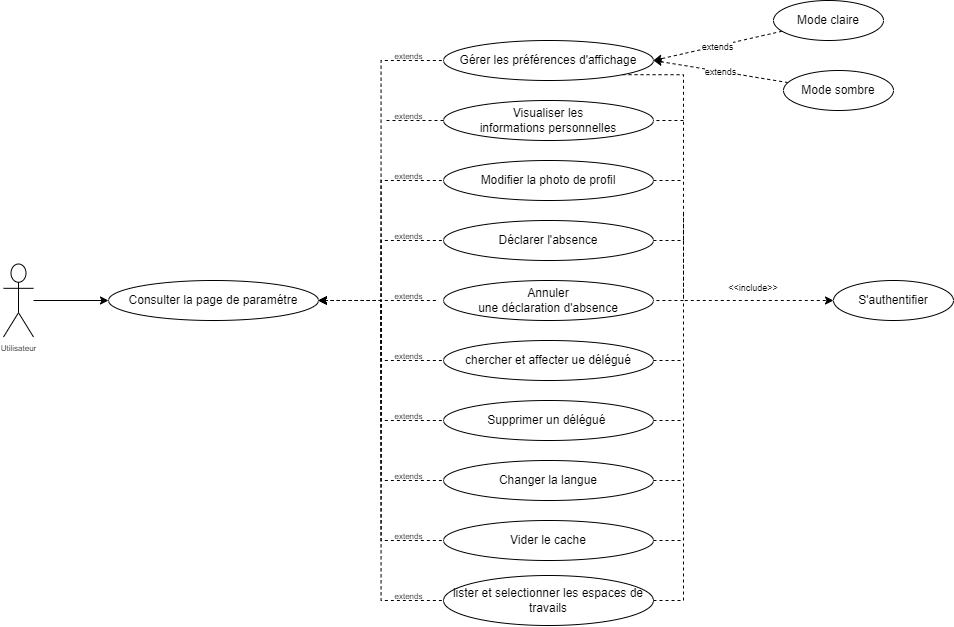
Before: images_pfe/use_case_sprint_6.png, a diagram exported from draw.io (PFE-Neoledge-2023/rapport). Source tidied: cells renumbered, new cells last; positions are measured from the earlier drawing's top-left corner, leaving out a move shared by most shapes.
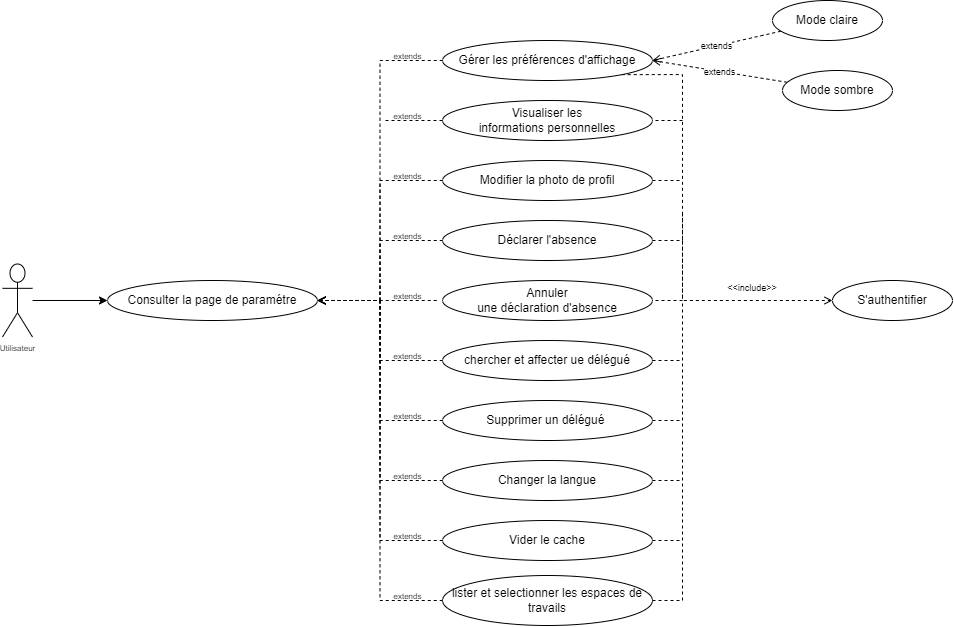
After the commit.

What changed in the source:
```diff
@@ -2,53 +2,53 @@
   <root>
     <mxCell id="0" />
     <mxCell id="1" parent="0" />
-    <mxCell id="2" style="edgeStyle=orthogonalEdgeStyle;html=1;entryX=0;entryY=0.5;entryDx=0;entryDy=0;rounded=0;dashed=1;startArrow=classic;startFill=1;endArrow=none;endFill=0;" parent="1" edge="1" target="12">
+    <mxCell id="2" style="edgeStyle=orthogonalEdgeStyle;html=1;entryX=0;entryY=0.5;entryDx=0;entryDy=0;rounded=0;dashed=1;startArrow=open;startFill=0;endArrow=none;endFill=0;" parent="1" edge="1" target="12">
       <mxGeometry relative="1" as="geometry">
         <mxPoint x="315" y="300" as="sourcePoint" />
       </mxGeometry>
     </mxCell>
-    <mxCell id="3" style="edgeStyle=orthogonalEdgeStyle;html=1;entryX=0;entryY=0.5;entryDx=0;entryDy=0;rounded=0;dashed=1;startArrow=classic;startFill=1;endArrow=none;endFill=0;" parent="1" edge="1" target="21">
+    <mxCell id="3" style="edgeStyle=orthogonalEdgeStyle;html=1;entryX=0;entryY=0.5;entryDx=0;entryDy=0;rounded=0;dashed=1;startArrow=open;startFill=0;endArrow=none;endFill=0;" parent="1" edge="1" target="21">
       <mxGeometry relative="1" as="geometry">
         <mxPoint x="315" y="300" as="sourcePoint" />
       </mxGeometry>
     </mxCell>
-    <mxCell id="4" style="edgeStyle=orthogonalEdgeStyle;html=1;entryX=0;entryY=0.5;entryDx=0;entryDy=0;rounded=0;dashed=1;startArrow=classic;startFill=1;endArrow=none;endFill=0;" parent="1" edge="1" target="23">
+    <mxCell id="4" style="edgeStyle=orthogonalEdgeStyle;html=1;entryX=0;entryY=0.5;entryDx=0;entryDy=0;rounded=0;dashed=1;startArrow=open;startFill=0;endArrow=none;endFill=0;" parent="1" edge="1" target="23">
       <mxGeometry relative="1" as="geometry">
         <mxPoint x="315" y="300" as="sourcePoint" />
       </mxGeometry>
     </mxCell>
-    <mxCell id="5" style="edgeStyle=orthogonalEdgeStyle;html=1;entryX=0;entryY=0.5;entryDx=0;entryDy=0;rounded=0;dashed=1;startArrow=classic;startFill=1;endArrow=none;endFill=0;" parent="1" edge="1">
+    <mxCell id="5" style="edgeStyle=orthogonalEdgeStyle;html=1;entryX=0;entryY=0.5;entryDx=0;entryDy=0;rounded=0;dashed=1;startArrow=open;startFill=0;endArrow=none;endFill=0;" parent="1" edge="1">
       <mxGeometry relative="1" as="geometry">
         <mxPoint x="315" y="300" as="sourcePoint" />
         <mxPoint x="435" y="300" as="targetPoint" />
       </mxGeometry>
     </mxCell>
-    <mxCell id="6" style="edgeStyle=orthogonalEdgeStyle;html=1;entryX=0;entryY=0.5;entryDx=0;entryDy=0;rounded=0;dashed=1;startArrow=classic;startFill=1;endArrow=none;endFill=0;" parent="1" edge="1" target="26">
+    <mxCell id="6" style="edgeStyle=orthogonalEdgeStyle;html=1;entryX=0;entryY=0.5;entryDx=0;entryDy=0;rounded=0;dashed=1;startArrow=open;startFill=0;endArrow=none;endFill=0;" parent="1" edge="1" target="26">
       <mxGeometry relative="1" as="geometry">
         <mxPoint x="315" y="300" as="sourcePoint" />
       </mxGeometry>
     </mxCell>
-    <mxCell id="7" style="rounded=0;html=1;entryX=0;entryY=0.5;entryDx=0;entryDy=0;fontSize=9;startArrow=classic;startFill=1;endArrow=none;endFill=0;edgeStyle=orthogonalEdgeStyle;dashed=1;" parent="1" edge="1" target="31">
+    <mxCell id="7" style="rounded=0;html=1;entryX=0;entryY=0.5;entryDx=0;entryDy=0;fontSize=9;startArrow=open;startFill=0;endArrow=none;endFill=0;edgeStyle=orthogonalEdgeStyle;dashed=1;" parent="1" edge="1" target="31">
       <mxGeometry relative="1" as="geometry">
         <mxPoint x="315" y="300" as="sourcePoint" />
       </mxGeometry>
     </mxCell>
-    <mxCell id="8" style="edgeStyle=orthogonalEdgeStyle;rounded=0;html=1;entryX=0;entryY=0.5;entryDx=0;entryDy=0;fontSize=9;startArrow=classic;startFill=1;endArrow=none;endFill=0;dashed=1;" parent="1" edge="1" target="35">
+    <mxCell id="8" style="edgeStyle=orthogonalEdgeStyle;rounded=0;html=1;entryX=0;entryY=0.5;entryDx=0;entryDy=0;fontSize=9;startArrow=open;startFill=0;endArrow=none;endFill=0;dashed=1;" parent="1" edge="1" target="35">
       <mxGeometry relative="1" as="geometry">
         <mxPoint x="315" y="300" as="sourcePoint" />
       </mxGeometry>
     </mxCell>
-    <mxCell id="9" style="edgeStyle=orthogonalEdgeStyle;rounded=0;html=1;entryX=0;entryY=0.5;entryDx=0;entryDy=0;fontSize=9;startArrow=classic;startFill=1;endArrow=none;endFill=0;dashed=1;" parent="1" edge="1" target="33">
+    <mxCell id="9" style="edgeStyle=orthogonalEdgeStyle;rounded=0;html=1;entryX=0;entryY=0.5;entryDx=0;entryDy=0;fontSize=9;startArrow=open;startFill=0;endArrow=none;endFill=0;dashed=1;" parent="1" edge="1" target="33">
       <mxGeometry relative="1" as="geometry">
         <mxPoint x="315" y="300" as="sourcePoint" />
       </mxGeometry>
     </mxCell>
-    <mxCell id="10" style="edgeStyle=orthogonalEdgeStyle;rounded=0;html=1;entryX=0;entryY=0.5;entryDx=0;entryDy=0;endArrow=none;endFill=0;dashed=1;startArrow=classic;startFill=1;" parent="1" edge="1" target="37">
+    <mxCell id="10" style="edgeStyle=orthogonalEdgeStyle;rounded=0;html=1;entryX=0;entryY=0.5;entryDx=0;entryDy=0;endArrow=none;endFill=0;dashed=1;startArrow=open;startFill=0;" parent="1" edge="1" target="37">
       <mxGeometry relative="1" as="geometry">
         <mxPoint x="315" y="300" as="sourcePoint" />
       </mxGeometry>
     </mxCell>
-    <mxCell id="11" style="edgeStyle=orthogonalEdgeStyle;html=1;dashed=1;fontSize=9;startArrow=none;startFill=0;endArrow=classic;endFill=1;exitX=1;exitY=1;exitDx=0;exitDy=0;rounded=0;entryX=0;entryY=0.5;entryDx=0;entryDy=0;" parent="1" edge="1" source="12" target="27">
+    <mxCell id="11" style="edgeStyle=orthogonalEdgeStyle;html=1;dashed=1;fontSize=9;startArrow=none;startFill=0;endArrow=open;endFill=0;exitX=1;exitY=1;exitDx=0;exitDy=0;rounded=0;entryX=0;entryY=0.5;entryDx=0;entryDy=0;" parent="1" edge="1" source="12" target="27">
       <mxGeometry relative="1" as="geometry">
         <Array as="points">
           <mxPoint x="680" y="74" />
@@ -59,13 +59,13 @@
     <mxCell id="12" value="&lt;div&gt;Gérer les&amp;nbsp;&lt;span style=&quot;background-color: initial;&quot;&gt;préférences&amp;nbsp;&lt;/span&gt;&lt;span style=&quot;background-color: initial;&quot;&gt;d'aﬀichage&lt;/span&gt;&lt;/div&gt;" style="ellipse;whiteSpace=wrap;html=1;" parent="1" vertex="1">
       <mxGeometry x="440" y="40" width="210" height="40" as="geometry" />
     </mxCell>
-    <mxCell id="13" value="&lt;font style=&quot;font-size: 9px;&quot;&gt;extends&lt;/font&gt;" style="edgeStyle=none;html=1;entryX=1;entryY=0.5;entryDx=0;entryDy=0;dashed=1;startArrow=none;startFill=0;endArrow=classic;endFill=1;" parent="1" edge="1" source="14" target="12">
+    <mxCell id="13" value="&lt;font style=&quot;font-size: 9px;&quot;&gt;extends&lt;/font&gt;" style="edgeStyle=none;html=1;entryX=1;entryY=0.5;entryDx=0;entryDy=0;dashed=1;startArrow=none;startFill=0;endArrow=open;endFill=0;" parent="1" edge="1" source="14" target="12">
       <mxGeometry relative="1" as="geometry" />
     </mxCell>
     <mxCell id="14" value="&lt;div&gt;Mode claire&lt;/div&gt;" style="ellipse;whiteSpace=wrap;html=1;" parent="1" vertex="1">
       <mxGeometry x="770" width="110" height="40" as="geometry" />
     </mxCell>
-    <mxCell id="15" value="&lt;font style=&quot;font-size: 9px;&quot;&gt;extends&lt;/font&gt;" style="edgeStyle=none;html=1;entryX=1;entryY=0.5;entryDx=0;entryDy=0;dashed=1;startArrow=none;startFill=0;endArrow=classic;endFill=1;" parent="1" edge="1" source="16" target="12">
+    <mxCell id="15" value="&lt;font style=&quot;font-size: 9px;&quot;&gt;extends&lt;/font&gt;" style="edgeStyle=none;html=1;entryX=1;entryY=0.5;entryDx=0;entryDy=0;dashed=1;startArrow=none;startFill=0;endArrow=open;endFill=0;" parent="1" edge="1" source="16" target="12">
       <mxGeometry relative="1" as="geometry" />
     </mxCell>
     <mxCell id="16" value="&lt;div&gt;Mode sombre&lt;/div&gt;" style="ellipse;whiteSpace=wrap;html=1;" parent="1" vertex="1">
```
